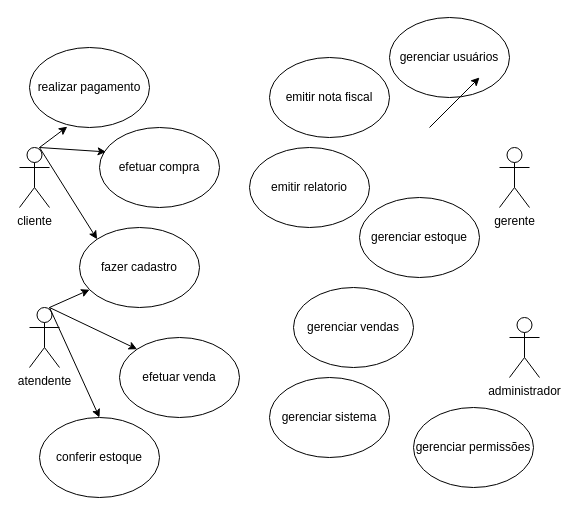
This is Diagrama sem nome.drawio from AnaBeatriz191/diagramasderequisitos, a draw.io file, before an edit. Source tidied: cells renumbered, new cells numbered last; positions are measured from the earlier drawing's top-left corner, leaving out a move shared by most shapes. Both pictures are drawn from the tidied source at 100%, with x=0, y=0 at pixel (19, 17).
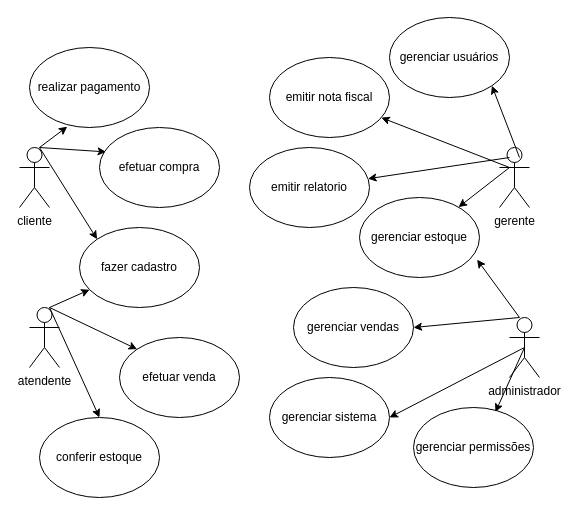
After the change.

Unchanged cells that the change refers to:
```xml
<mxCell id="2" value="administrador" style="shape=umlActor;verticalLabelPosition=bottom;verticalAlign=top;html=1;outlineConnect=0;" parent="1" vertex="1">
  <mxGeometry x="490" y="300" width="30" height="60" as="geometry" />
</mxCell>
<mxCell id="11" value="emitir nota fiscal" style="ellipse;whiteSpace=wrap;html=1;" parent="1" vertex="1">
  <mxGeometry x="250" y="40" width="120" height="80" as="geometry" />
</mxCell>
<mxCell id="12" value="gerenciar estoque" style="ellipse;whiteSpace=wrap;html=1;" parent="1" vertex="1">
  <mxGeometry x="340" y="180" width="120" height="80" as="geometry" />
</mxCell>
<mxCell id="13" value="gerenciar vendas" style="ellipse;whiteSpace=wrap;html=1;" parent="1" vertex="1">
  <mxGeometry x="274" y="270" width="120" height="80" as="geometry" />
</mxCell>
<mxCell id="14" value="emitir relatorio" style="ellipse;whiteSpace=wrap;html=1;" parent="1" vertex="1">
  <mxGeometry x="230" y="130" width="120" height="80" as="geometry" />
</mxCell>
<mxCell id="15" value="gerenciar usuários" style="ellipse;whiteSpace=wrap;html=1;" parent="1" vertex="1">
  <mxGeometry x="370" width="120" height="80" as="geometry" />
</mxCell>
<mxCell id="16" value="gerenciar sistema" style="ellipse;whiteSpace=wrap;html=1;" parent="1" vertex="1">
  <mxGeometry x="250" y="360" width="120" height="80" as="geometry" />
</mxCell>
<mxCell id="17" value="gerenciar permissões" style="ellipse;whiteSpace=wrap;html=1;" parent="1" vertex="1">
  <mxGeometry x="394" y="390" width="120" height="80" as="geometry" />
</mxCell>
```

What changed in the source:
```diff
@@
-    <mxCell id="24" style="endArrow=classic;html=1;rounded=0;" parent="1" edge="1">
-      <mxGeometry relative="1" as="geometry">
-        <mxPoint x="410" y="110" as="sourcePoint" />
-        <mxPoint x="460" y="60" as="targetPoint" />
-      </mxGeometry>
-    </mxCell>
+    <mxCell id="25" style="endArrow=classic;html=1;rounded=0;entryX=1;entryY=1;entryDx=0;entryDy=0;" parent="1" edge="1" target="15">
+      <mxGeometry relative="1" as="geometry">
+        <mxPoint x="500" y="140" as="sourcePoint" />
+      </mxGeometry>
+    </mxCell>
+    <mxCell id="26" style="endArrow=classic;html=1;rounded=0;" parent="1" edge="1" target="11">
+      <mxGeometry relative="1" as="geometry">
+        <mxPoint x="490" y="150" as="sourcePoint" />
+      </mxGeometry>
+    </mxCell>
+    <mxCell id="27" style="endArrow=classic;html=1;rounded=0;" parent="1" edge="1" target="14">
+      <mxGeometry relative="1" as="geometry">
+        <mxPoint x="490" y="140" as="sourcePoint" />
+      </mxGeometry>
+    </mxCell>
+    <mxCell id="28" style="endArrow=classic;html=1;rounded=0;" parent="1" edge="1" target="12">
+      <mxGeometry relative="1" as="geometry">
+        <mxPoint x="490" y="150" as="sourcePoint" />
+      </mxGeometry>
+    </mxCell>
+    <mxCell id="29" style="endArrow=classic;html=1;rounded=0;entryX=0.98;entryY=0.777;entryDx=0;entryDy=0;entryPerimeter=0;" parent="1" edge="1" target="12">
+      <mxGeometry relative="1" as="geometry">
+        <mxPoint x="500" y="300" as="sourcePoint" />
+      </mxGeometry>
+    </mxCell>
+    <mxCell id="30" style="endArrow=classic;html=1;rounded=0;entryX=1;entryY=0.5;entryDx=0;entryDy=0;" parent="1" edge="1" target="13">
+      <mxGeometry relative="1" as="geometry">
+        <mxPoint x="500" y="300" as="sourcePoint" />
+      </mxGeometry>
+    </mxCell>
+    <mxCell id="31" style="endArrow=classic;html=1;rounded=0;entryX=1;entryY=0.5;entryDx=0;entryDy=0;exitX=0.5;exitY=0.5;exitDx=0;exitDy=0;exitPerimeter=0;" parent="1" edge="1" source="2" target="16">
+      <mxGeometry relative="1" as="geometry" />
+    </mxCell>
+    <mxCell id="32" style="endArrow=classic;html=1;rounded=0;entryX=0.683;entryY=0.057;entryDx=0;entryDy=0;entryPerimeter=0;exitX=0.5;exitY=0.5;exitDx=0;exitDy=0;exitPerimeter=0;" parent="1" edge="1" source="2" target="17">
+      <mxGeometry relative="1" as="geometry" />
+    </mxCell>
```
